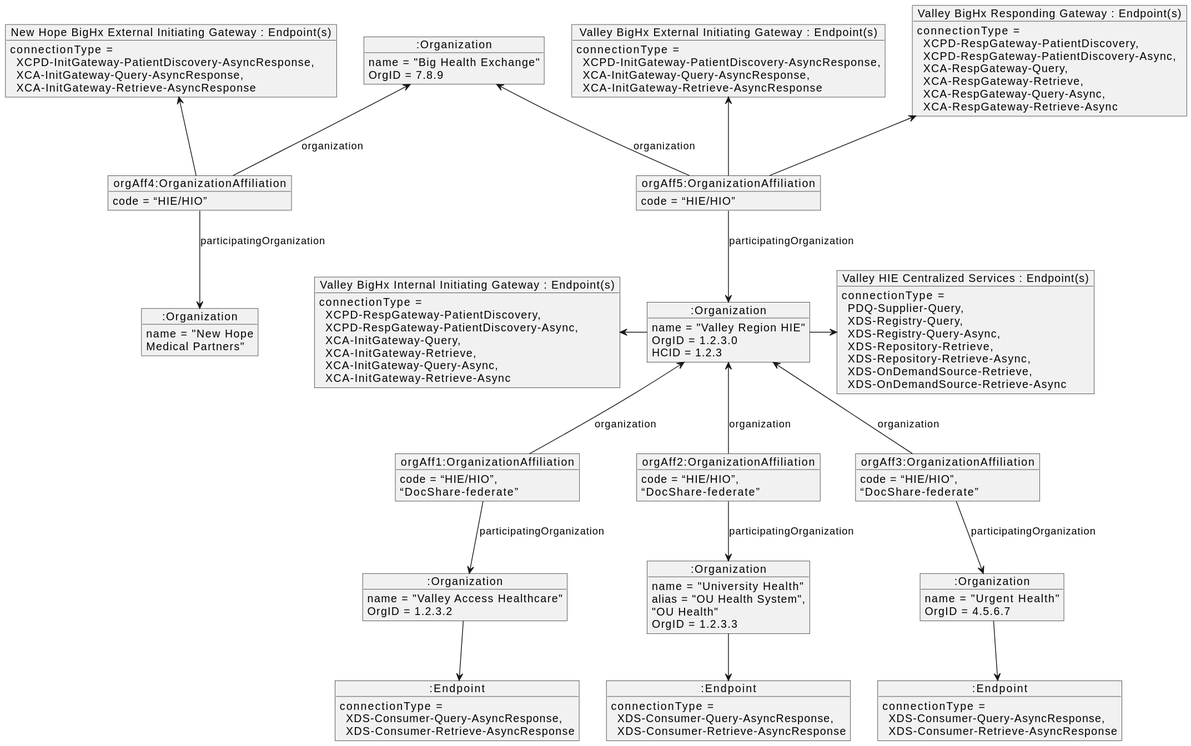
This is images/access-multi-level-community.svg from IHE/ITI.Topologies, a PlantUML export, as it was before one commit. The source it was exported from:
```plantuml
@startuml
hide footbox

object ":Organization" as nhie
nhie : name = "Big Health Exchange"
nhie : OrgID = 7.8.9

object ":Organization" as Partners
Partners : name = "New Hope\nMedical Partners"

object "New Hope BigHx External Initiating Gateway : Endpoint(s)" as ig1
ig1 : connectionType =\n  XCPD-InitGateway-PatientDiscovery-AsyncResponse,\n  XCA-InitGateway-Query-AsyncResponse,\n  XCA-InitGateway-Retrieve-AsyncResponse

object "orgAff4:OrganizationAffiliation" as OrgAff4
OrgAff4 : code = “HIE/HIO”
OrgAff4 --> Partners : participatingOrganization
nhie <-- OrgAff4 : organization
ig1 <-- OrgAff4

object ":Organization" as hie
hie : name = "Valley Region HIE"
hie : OrgID = 1.2.3.0
hie : HCID = 1.2.3

object "orgAff5:OrganizationAffiliation" as OrgAff5
OrgAff5 : code = “HIE/HIO”
OrgAff5 --> hie : participatingOrganization
nhie <-- OrgAff5 : organization

object "Valley BigHx Responding Gateway : Endpoint(s)" as rg1
rg1 : connectionType = \n  XCPD-RespGateway-PatientDiscovery,\n  XCPD-RespGateway-PatientDiscovery-Async,\n  XCA-RespGateway-Query,\n  XCA-RespGateway-Retrieve,\n  XCA-RespGateway-Query-Async,\n  XCA-RespGateway-Retrieve-Async
rg1 <-- OrgAff5

object "Valley BigHx External Initiating Gateway : Endpoint(s)" as ig2
ig2 : connectionType =\n  XCPD-InitGateway-PatientDiscovery-AsyncResponse,\n  XCA-InitGateway-Query-AsyncResponse,\n  XCA-InitGateway-Retrieve-AsyncResponse
ig2 <-- OrgAff5

object "Valley BigHx Internal Initiating Gateway : Endpoint(s)" as ig3
ig3 : connectionType = \n  XCPD-RespGateway-PatientDiscovery,\n  XCPD-RespGateway-PatientDiscovery-Async,\n  XCA-InitGateway-Query,\n  XCA-InitGateway-Retrieve,\n  XCA-InitGateway-Query-Async,\n  XCA-InitGateway-Retrieve-Async
ig3 <- hie

object "Valley HIE Centralized Services : Endpoint(s)" as hieEndpoints
hieEndpoints : connectionType = \n  PDQ-Supplier-Query,\n  XDS-Registry-Query,\n  XDS-Registry-Query-Async,\n  XDS-Repository-Retrieve,\n  XDS-Repository-Retrieve-Async,\n  XDS-OnDemandSource-Retrieve,\n  XDS-OnDemandSource-Retrieve-Async
hie -> hieEndpoints

object ":Organization" as Valley
Valley : name = "Valley Access Healthcare"
Valley : OrgID = 1.2.3.2

object ":Organization" as OU
OU : name = "University Health"
OU : alias = "OU Health System",\n"OU Health"
OU : OrgID = 1.2.3.3

object ":Organization" as Urgent
Urgent : name = "Urgent Health"
Urgent : OrgID = 4.5.6.7

object "orgAff1:OrganizationAffiliation" as OrgAff1
OrgAff1 : code = “HIE/HIO”,\n“DocShare-federate”
OrgAff1 --> Valley : participatingOrganization
hie <-- OrgAff1 : organization

object "orgAff2:OrganizationAffiliation" as OrgAff2
OrgAff2 : code = “HIE/HIO”,\n“DocShare-federate”
OrgAff2 --> OU : participatingOrganization
hie <-- OrgAff2 : organization

object "orgAff3:OrganizationAffiliation" as OrgAff3
OrgAff3 : code = “HIE/HIO”,\n“DocShare-federate”
OrgAff3 --> Urgent : participatingOrganization
hie <-- OrgAff3 : organization

object ":Endpoint" as con1
con1 : connectionType = \n  XDS-Consumer-Query-AsyncResponse,\n  XDS-Consumer-Retrieve-AsyncResponse
Valley --> con1

object ":Endpoint" as con2
con2 : connectionType = \n  XDS-Consumer-Query-AsyncResponse,\n  XDS-Consumer-Retrieve-AsyncResponse
OU --> con2

object ":Endpoint" as con3
con3 : connectionType = \n  XDS-Consumer-Query-AsyncResponse,\n  XDS-Consumer-Retrieve-AsyncResponse
Urgent --> con3
@enduml
```
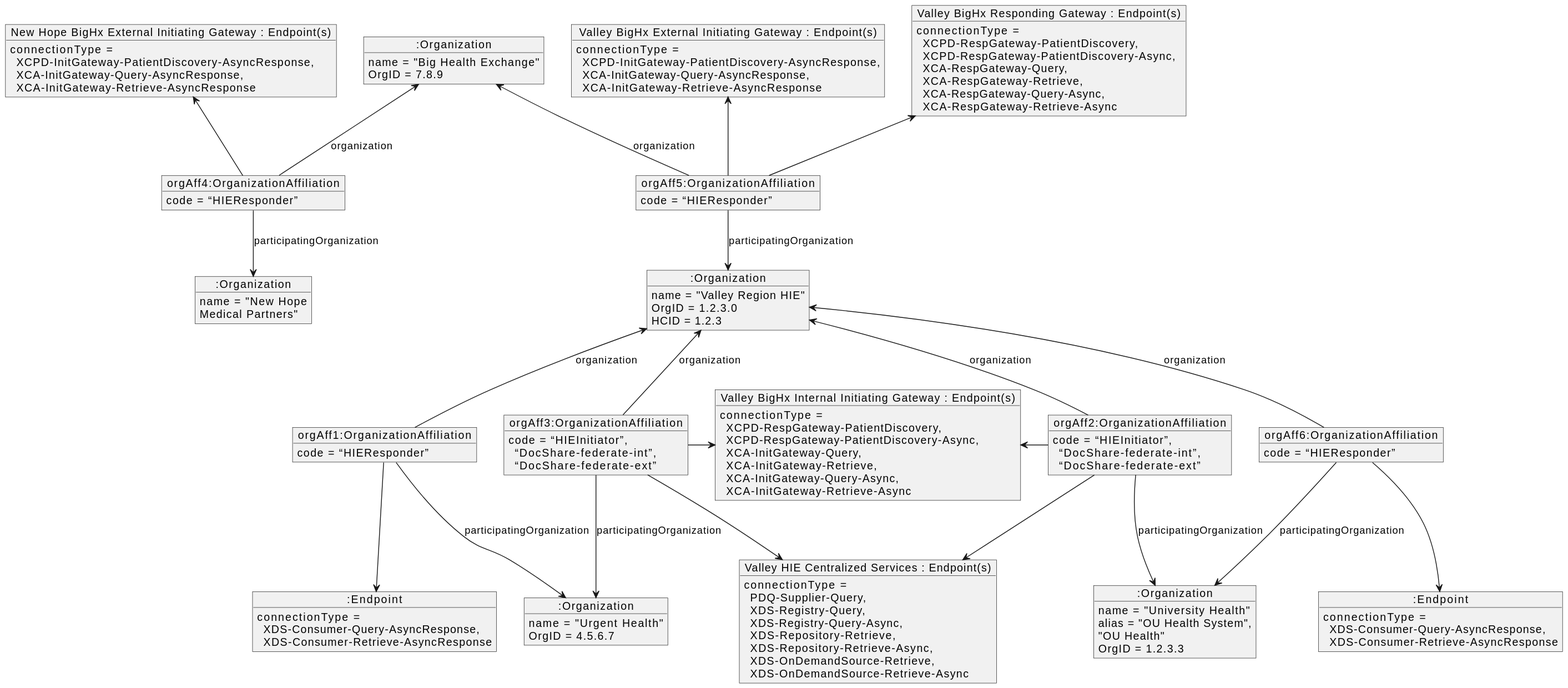
The same diagram one commit later.

Commit message:
Incorporated latest codes and logic

What changed in the source:
```diff
@@ -12,7 +12,7 @@
 ig1 : connectionType =\n  XCPD-InitGateway-PatientDiscovery-AsyncResponse,\n  XCA-InitGateway-Query-AsyncResponse,\n  XCA-InitGateway-Retrieve-AsyncResponse
 
 object "orgAff4:OrganizationAffiliation" as OrgAff4
-OrgAff4 : code = “HIE/HIO”
+OrgAff4 : code = “HIEResponder”
 OrgAff4 --> Partners : participatingOrganization
 nhie <-- OrgAff4 : organization
 ig1 <-- OrgAff4
@@ -23,7 +23,7 @@
 hie : HCID = 1.2.3
 
 object "orgAff5:OrganizationAffiliation" as OrgAff5
-OrgAff5 : code = “HIE/HIO”
+OrgAff5 : code = “HIEResponder”
 OrgAff5 --> hie : participatingOrganization
 nhie <-- OrgAff5 : organization
 
@@ -37,15 +37,9 @@
 
 object "Valley BigHx Internal Initiating Gateway : Endpoint(s)" as ig3
 ig3 : connectionType = \n  XCPD-RespGateway-PatientDiscovery,\n  XCPD-RespGateway-PatientDiscovery-Async,\n  XCA-InitGateway-Query,\n  XCA-InitGateway-Retrieve,\n  XCA-InitGateway-Query-Async,\n  XCA-InitGateway-Retrieve-Async
-ig3 <- hie
 
 object "Valley HIE Centralized Services : Endpoint(s)" as hieEndpoints
 hieEndpoints : connectionType = \n  PDQ-Supplier-Query,\n  XDS-Registry-Query,\n  XDS-Registry-Query-Async,\n  XDS-Repository-Retrieve,\n  XDS-Repository-Retrieve-Async,\n  XDS-OnDemandSource-Retrieve,\n  XDS-OnDemandSource-Retrieve-Async
-hie -> hieEndpoints
-
-object ":Organization" as Valley
-Valley : name = "Valley Access Healthcare"
-Valley : OrgID = 1.2.3.2
 
 object ":Organization" as OU
 OU : name = "University Health"
@@ -57,29 +51,37 @@
 Urgent : OrgID = 4.5.6.7
 
 object "orgAff1:OrganizationAffiliation" as OrgAff1
-OrgAff1 : code = “HIE/HIO”,\n“DocShare-federate”
-OrgAff1 --> Valley : participatingOrganization
+OrgAff1 : code = “HIEResponder”
+OrgAff1 --> Urgent : participatingOrganization
 hie <-- OrgAff1 : organization
 
 object "orgAff2:OrganizationAffiliation" as OrgAff2
-OrgAff2 : code = “HIE/HIO”,\n“DocShare-federate”
+OrgAff2 : code = “HIEInitiator”,\n  “DocShare-federate-int”,\n  “DocShare-federate-ext”
 OrgAff2 --> OU : participatingOrganization
 hie <-- OrgAff2 : organization
+ig3 <- OrgAff2
+OrgAff2 -> hieEndpoints
 
 object "orgAff3:OrganizationAffiliation" as OrgAff3
-OrgAff3 : code = “HIE/HIO”,\n“DocShare-federate”
+OrgAff3 : code = “HIEInitiator”,\n  “DocShare-federate-int”,\n  “DocShare-federate-ext”
 OrgAff3 --> Urgent : participatingOrganization
 hie <-- OrgAff3 : organization
+OrgAff3 -> ig3
+OrgAff3 -> hieEndpoints
 
-object ":Endpoint" as con1
-con1 : connectionType = \n  XDS-Consumer-Query-AsyncResponse,\n  XDS-Consumer-Retrieve-AsyncResponse
-Valley --> con1
+object "orgAff6:OrganizationAffiliation" as OrgAff6
+OrgAff6 : code = “HIEResponder”
+OrgAff6 --> OU : participatingOrganization
+hie <-- OrgAff6 : organization
+
+ig3 -[hidden]- hieEndpoints
+OrgAff1 -[hidden] OrgAff3
 
 object ":Endpoint" as con2
 con2 : connectionType = \n  XDS-Consumer-Query-AsyncResponse,\n  XDS-Consumer-Retrieve-AsyncResponse
-OU --> con2
+OrgAff6 --> con2
 
 object ":Endpoint" as con3
 con3 : connectionType = \n  XDS-Consumer-Query-AsyncResponse,\n  XDS-Consumer-Retrieve-AsyncResponse
-Urgent --> con3
+OrgAff1 --> con3
 @enduml
```
